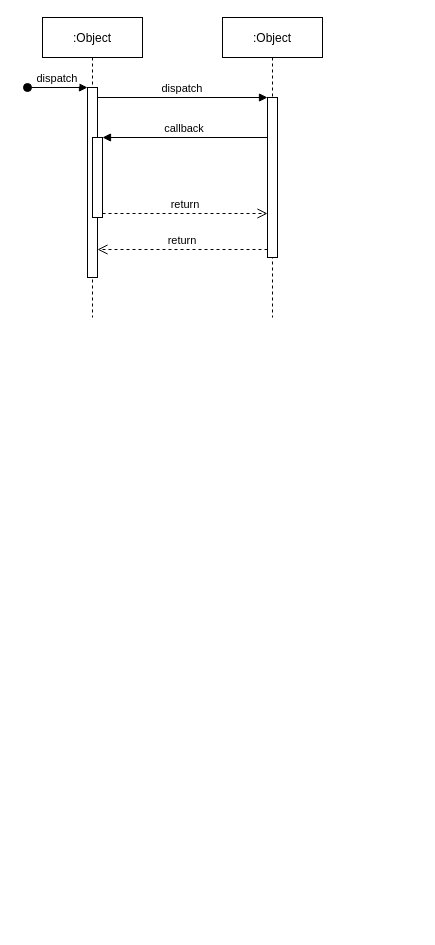
The draw.io diagram h3.drawio in zouzc/datagrams, before the edit. Source tidied: cells renumbered, new cells numbered last; positions are measured from the earlier drawing's top-left corner, leaving out a move shared by most shapes. Both pictures are drawn from the tidied source at 100%, with x=0, y=0 at pixel (27, 17).
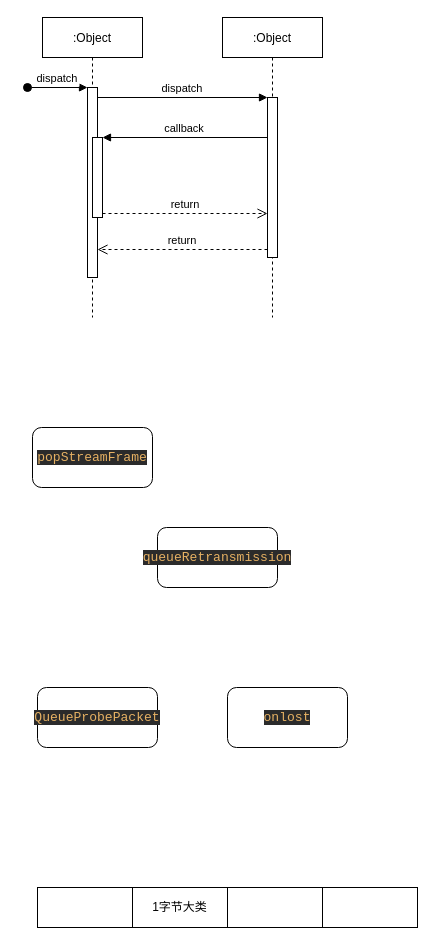
After the change.

Change to the diagram source:
```diff
@@
+    <mxCell id="12" value="&lt;pre style=&quot;background-color:#2b2b2b;color:#a9b7c6;font-family:'JetBrains Mono',monospace;font-size:9.8pt;&quot;&gt;&lt;span style=&quot;color:#e6b163;&quot;&gt;popStreamFrame&lt;/span&gt;&lt;/pre&gt;" style="rounded=1;whiteSpace=wrap;html=1;" parent="1" vertex="1">
+      <mxGeometry x="5" y="410" width="120" height="60" as="geometry" />
+    </mxCell>
+    <mxCell id="13" value="&lt;pre style=&quot;background-color:#2b2b2b;color:#a9b7c6;font-family:'JetBrains Mono',monospace;font-size:9.8pt;&quot;&gt;&lt;span style=&quot;color:#e6b163;&quot;&gt;queueRetransmission&lt;/span&gt;&lt;/pre&gt;" style="rounded=1;whiteSpace=wrap;html=1;" parent="1" vertex="1">
+      <mxGeometry x="130" y="510" width="120" height="60" as="geometry" />
+    </mxCell>
+    <mxCell id="14" value="&lt;pre style=&quot;background-color:#2b2b2b;color:#a9b7c6;font-family:'JetBrains Mono',monospace;font-size:9.8pt;&quot;&gt;&lt;span style=&quot;color:#e6b163;&quot;&gt;QueueProbePacket&lt;/span&gt;&lt;/pre&gt;" style="rounded=1;whiteSpace=wrap;html=1;" parent="1" vertex="1">
+      <mxGeometry x="10" y="670" width="120" height="60" as="geometry" />
+    </mxCell>
+    <mxCell id="15" value="&lt;pre style=&quot;background-color:#2b2b2b;color:#a9b7c6;font-family:'JetBrains Mono',monospace;font-size:9.8pt;&quot;&gt;&lt;span style=&quot;color:#e6b163;&quot;&gt;onlost&lt;/span&gt;&lt;/pre&gt;" style="rounded=1;whiteSpace=wrap;html=1;" parent="1" vertex="1">
+      <mxGeometry x="200" y="670" width="120" height="60" as="geometry" />
+    </mxCell>
+    <mxCell id="16" style="rounded=0;whiteSpace=wrap;html=1;" parent="1" vertex="1">
+      <mxGeometry x="10" y="870" width="95" height="40" as="geometry" />
+    </mxCell>
+    <mxCell id="17" value="1字节大类" style="rounded=0;whiteSpace=wrap;html=1;" parent="1" vertex="1">
+      <mxGeometry x="105" y="870" width="95" height="40" as="geometry" />
+    </mxCell>
+    <mxCell id="18" style="rounded=0;whiteSpace=wrap;html=1;" parent="1" vertex="1">
+      <mxGeometry x="200" y="870" width="95" height="40" as="geometry" />
+    </mxCell>
+    <mxCell id="19" style="rounded=0;whiteSpace=wrap;html=1;" parent="1" vertex="1">
+      <mxGeometry x="295" y="870" width="95" height="40" as="geometry" />
+    </mxCell>
```
